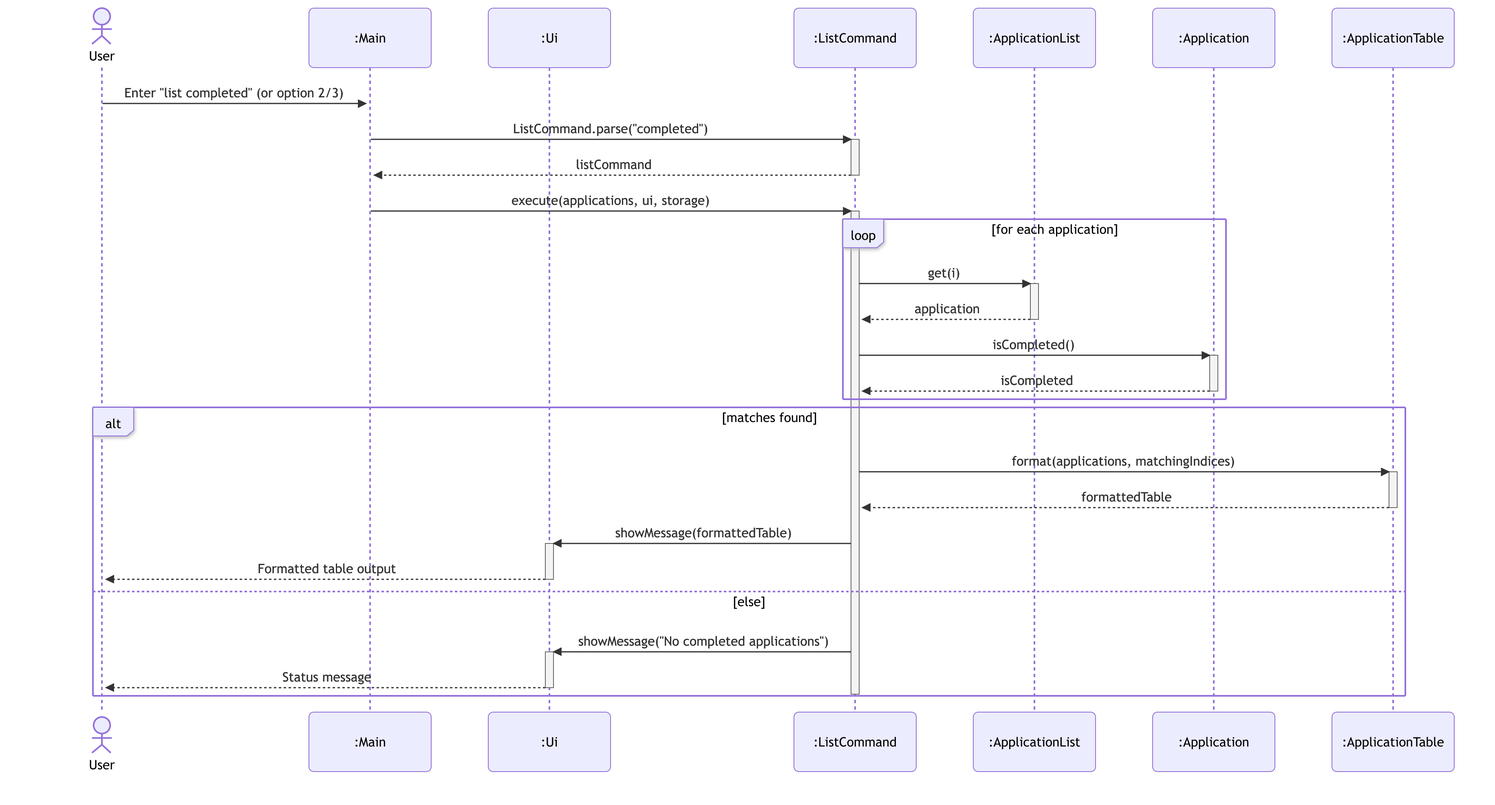
The Mermaid diagram docs/diagrams/list-application-sequence.png in AY2627S1-CS2113-T10-2/tp, before a commit. Its source is kept beside it as docs/diagrams/sources/list-application-sequence.mmd.
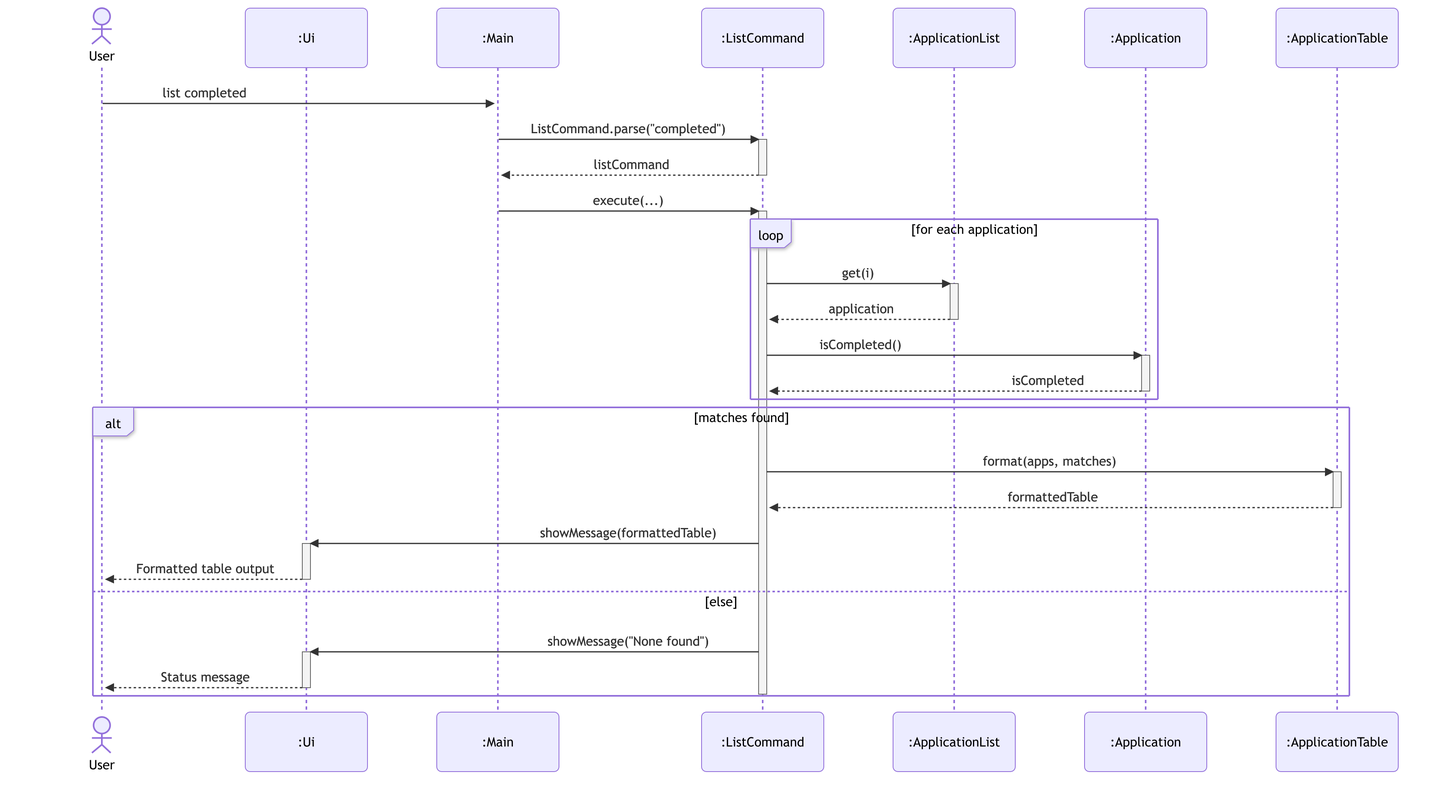
The same file after the commit.

Diff of the diagram source:
```diff
@@ -1,19 +1,19 @@
-%%{init: {'theme': 'default', 'sequence': {'actorMargin': 70, 'messageMargin': 45}}}%%
+%%{init: {'theme': 'default', 'sequence': {'actorMargin': 85, 'messageMargin': 45}}}%%
 sequenceDiagram
     actor user as User
+    participant ui as :Ui
     participant main as :Main
-    participant ui as :Ui
     participant cmd as :ListCommand
     participant list as :ApplicationList
     participant app as :Application
     participant table as :ApplicationTable
 
-    user->>main: Enter "list completed" (or option 2/3)
+    user->>main: list completed
     main->>cmd: ListCommand.parse("completed")
     activate cmd
     cmd-->>main: listCommand
     deactivate cmd
-    main->>cmd: execute(applications, ui, storage)
+    main->>cmd: execute(...)
     activate cmd
 
     loop for each application
@@ -28,7 +28,7 @@
     end
 
     alt matches found
-        cmd->>table: format(applications, matchingIndices)
+        cmd->>table: format(apps, matches)
         activate table
         table-->>cmd: formattedTable
         deactivate table
@@ -37,7 +37,7 @@
         ui-->>user: Formatted table output
         deactivate ui
     else else
-        cmd->>ui: showMessage("No completed applications")
+        cmd->>ui: showMessage("None found")
         activate ui
         ui-->>user: Status message
         deactivate ui
```
